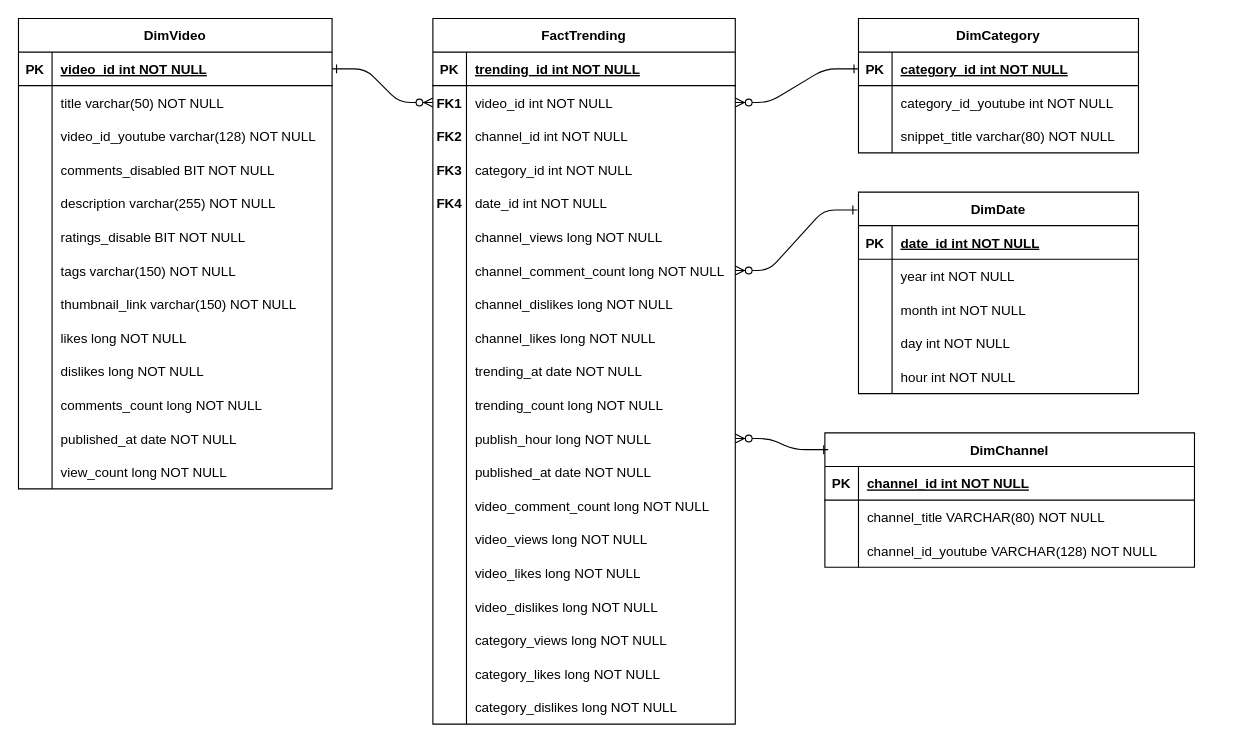
Before: datawarehouse_tg1_si.drawio in TheBestPT/tg1_si, a draw.io diagram. Source tidied: cells renumbered, new cells numbered last; positions are measured from the earlier drawing's top-left corner, leaving out a move shared by most shapes. Both pictures are drawn from the tidied source at 112%, with x=0, y=0 at pixel (18, 18).
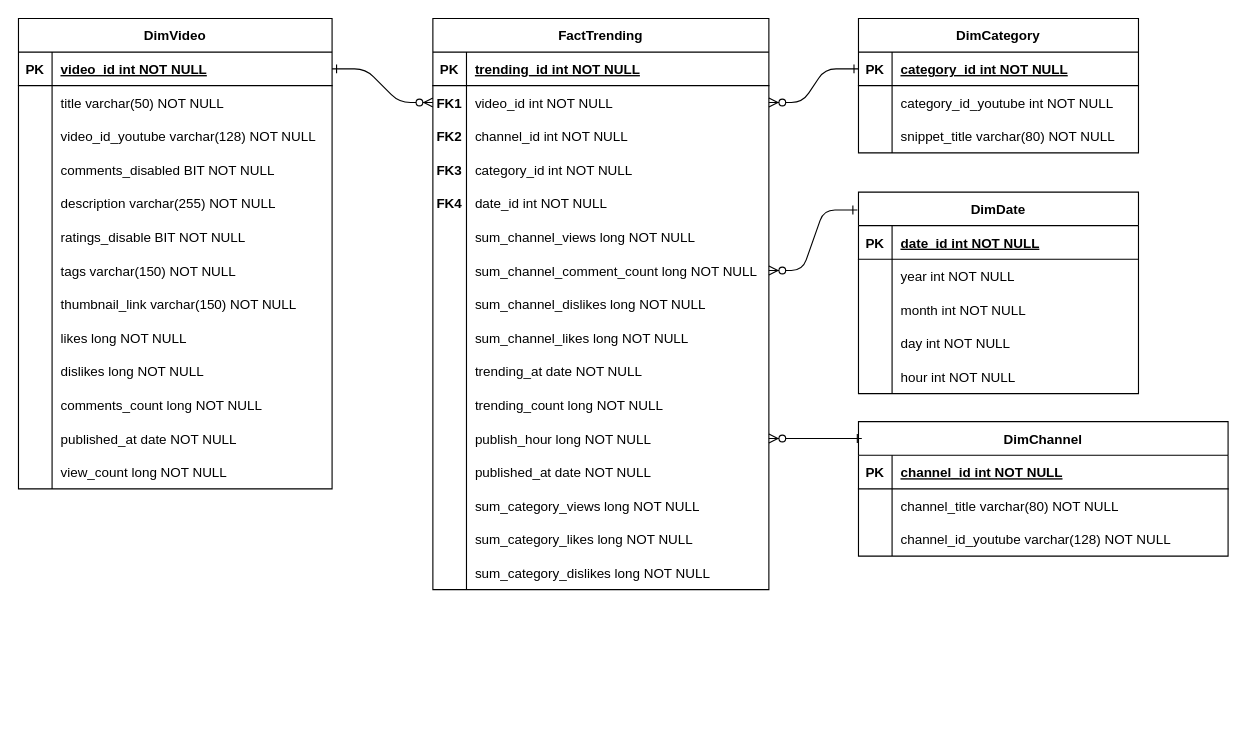
The same diagram, later.

Unchanged cells that the change refers to:
```xml
<mxCell id="119" style="shape=partialRectangle;fillColor=none;top=0;left=0;right=0;bottom=0;" parent="115" vertex="1">
  <mxGeometry y="60" width="330" height="30" as="geometry" />
</mxCell>
<mxCell id="122" style="shape=partialRectangle;fillColor=none;top=0;left=0;right=0;bottom=0;" parent="115" vertex="1">
  <mxGeometry y="90" width="330" height="30" as="geometry" />
</mxCell>
```

Change to the diagram source:
```diff
@@
     <mxCell id="4" value="FactTrending" style="shape=table;startSize=30;childLayout=tableLayout;rowLines=0;fontStyle=1;align=center;" parent="1" vertex="1">
-      <mxGeometry x="370" width="270" height="630" as="geometry" />
+      <mxGeometry x="370" width="300" height="510" as="geometry" />
     </mxCell>
     <mxCell id="5" style="shape=partialRectangle;fillColor=none;top=0;left=0;right=0;bottom=1;" parent="4" vertex="1">
-      <mxGeometry y="30" width="270" height="30" as="geometry" />
+      <mxGeometry y="30" width="300" height="30" as="geometry" />
     </mxCell>
@@
     <mxCell id="7" value="trending_id int NOT NULL " style="shape=partialRectangle;overflow=hidden;fillColor=none;top=0;left=0;bottom=0;right=0;align=left;spacingLeft=6;fontStyle=5;" parent="5" vertex="1">
-      <mxGeometry x="30" width="240" height="30" as="geometry" />
+      <mxGeometry x="30" width="270" height="30" as="geometry" />
     </mxCell>
     <mxCell id="8" style="shape=partialRectangle;fillColor=none;points=[[0,0.5],[1,0.5]];portConstraint=eastwest;top=0;left=0;right=0;bottom=0;" parent="4" vertex="1">
-      <mxGeometry y="60" width="270" height="30" as="geometry" />
+      <mxGeometry y="60" width="300" height="30" as="geometry" />
     </mxCell>
@@
     <mxCell id="10" value="video_id int NOT NULL" style="shape=partialRectangle;overflow=hidden;fillColor=none;top=0;left=0;bottom=0;right=0;align=left;spacingLeft=6;" parent="8" vertex="1">
-      <mxGeometry x="30" width="240" height="30" as="geometry" />
+      <mxGeometry x="30" width="270" height="30" as="geometry" />
     </mxCell>
     <mxCell id="11" style="shape=partialRectangle;fillColor=none;top=0;left=0;right=0;bottom=0;" parent="4" vertex="1">
-      <mxGeometry y="90" width="270" height="30" as="geometry" />
+      <mxGeometry y="90" width="300" height="30" as="geometry" />
     </mxCell>
@@
     <mxCell id="13" value="channel_id int NOT NULL" style="shape=partialRectangle;overflow=hidden;fillColor=none;top=0;left=0;bottom=0;right=0;align=left;spacingLeft=6;" parent="11" vertex="1">
-      <mxGeometry x="30" width="240" height="30" as="geometry" />
+      <mxGeometry x="30" width="270" height="30" as="geometry" />
     </mxCell>
     <mxCell id="14" style="shape=partialRectangle;fillColor=none;top=0;left=0;right=0;bottom=0;" parent="4" vertex="1">
-      <mxGeometry y="120" width="270" height="30" as="geometry" />
+      <mxGeometry y="120" width="300" height="30" as="geometry" />
     </mxCell>
@@
     <mxCell id="16" value="category_id int NOT NULL" style="shape=partialRectangle;overflow=hidden;fillColor=none;top=0;left=0;bottom=0;right=0;align=left;spacingLeft=6;" parent="14" vertex="1">
-      <mxGeometry x="30" width="240" height="30" as="geometry" />
+      <mxGeometry x="30" width="270" height="30" as="geometry" />
     </mxCell>
     <mxCell id="17" style="shape=partialRectangle;fillColor=none;top=0;left=0;right=0;bottom=0;" parent="4" vertex="1">
-      <mxGeometry y="150" width="270" height="30" as="geometry" />
+      <mxGeometry y="150" width="300" height="30" as="geometry" />
     </mxCell>
@@
     <mxCell id="19" value="date_id int NOT NULL" style="shape=partialRectangle;overflow=hidden;fillColor=none;top=0;left=0;bottom=0;right=0;align=left;spacingLeft=6;" parent="17" vertex="1">
-      <mxGeometry x="30" width="240" height="30" as="geometry" />
+      <mxGeometry x="30" width="270" height="30" as="geometry" />
     </mxCell>
     <mxCell id="20" style="shape=partialRectangle;fillColor=none;top=0;left=0;right=0;bottom=0;" parent="4" vertex="1">
-      <mxGeometry y="180" width="270" height="30" as="geometry" />
+      <mxGeometry y="180" width="300" height="30" as="geometry" />
     </mxCell>
@@
-    <mxCell id="22" value="channel_views long NOT NULL" style="shape=partialRectangle;overflow=hidden;fillColor=none;top=0;left=0;bottom=0;right=0;align=left;spacingLeft=6;" parent="20" vertex="1">
-      <mxGeometry x="30" width="240" height="30" as="geometry" />
+    <mxCell id="22" value="sum_channel_views long NOT NULL" style="shape=partialRectangle;overflow=hidden;fillColor=none;top=0;left=0;bottom=0;right=0;align=left;spacingLeft=6;" parent="20" vertex="1">
+      <mxGeometry x="30" width="270" height="30" as="geometry" />
     </mxCell>
     <mxCell id="23" style="shape=partialRectangle;fillColor=none;points=[[0,0.5],[1,0.5]];portConstraint=eastwest;top=0;left=0;right=0;bottom=0;" parent="4" vertex="1">
-      <mxGeometry y="210" width="270" height="30" as="geometry" />
+      <mxGeometry y="210" width="300" height="30" as="geometry" />
     </mxCell>
@@
-    <mxCell id="25" value="channel_comment_count long NOT NULL" style="shape=partialRectangle;overflow=hidden;fillColor=none;top=0;left=0;bottom=0;right=0;align=left;spacingLeft=6;" parent="23" vertex="1">
-      <mxGeometry x="30" width="240" height="30" as="geometry" />
+    <mxCell id="25" value="sum_channel_comment_count long NOT NULL" style="shape=partialRectangle;overflow=hidden;fillColor=none;top=0;left=0;bottom=0;right=0;align=left;spacingLeft=6;" parent="23" vertex="1">
+      <mxGeometry x="30" width="270" height="30" as="geometry" />
     </mxCell>
     <mxCell id="26" style="shape=partialRectangle;fillColor=none;top=0;left=0;right=0;bottom=0;" parent="4" vertex="1">
-      <mxGeometry y="240" width="270" height="30" as="geometry" />
+      <mxGeometry y="240" width="300" height="30" as="geometry" />
     </mxCell>
@@
-    <mxCell id="28" value="channel_dislikes long NOT NULL" style="shape=partialRectangle;overflow=hidden;fillColor=none;top=0;left=0;bottom=0;right=0;align=left;spacingLeft=6;" parent="26" vertex="1">
-      <mxGeometry x="30" width="240" height="30" as="geometry" />
+    <mxCell id="28" value="sum_channel_dislikes long NOT NULL" style="shape=partialRectangle;overflow=hidden;fillColor=none;top=0;left=0;bottom=0;right=0;align=left;spacingLeft=6;" parent="26" vertex="1">
+      <mxGeometry x="30" width="270" height="30" as="geometry" />
     </mxCell>
     <mxCell id="29" style="shape=partialRectangle;fillColor=none;top=0;left=0;right=0;bottom=0;" parent="4" vertex="1">
-      <mxGeometry y="270" width="270" height="30" as="geometry" />
+      <mxGeometry y="270" width="300" height="30" as="geometry" />
     </mxCell>
@@
     <mxCell id="31" style="shape=partialRectangle;overflow=hidden;fillColor=none;top=0;left=0;bottom=0;right=0;align=left;spacingLeft=6;" parent="29" vertex="1">
-      <mxGeometry x="30" width="240" height="30" as="geometry" />
+      <mxGeometry x="30" width="270" height="30" as="geometry" />
     </mxCell>
     <mxCell id="32" style="shape=partialRectangle;fillColor=none;top=0;left=0;right=0;bottom=0;" parent="4" vertex="1">
-      <mxGeometry y="300" width="270" height="30" as="geometry" />
+      <mxGeometry y="300" width="300" height="30" as="geometry" />
     </mxCell>
@@
     <mxCell id="34" value="trending_at date NOT NULL" style="shape=partialRectangle;overflow=hidden;fillColor=none;top=0;left=0;bottom=0;right=0;align=left;spacingLeft=6;" parent="32" vertex="1">
-      <mxGeometry x="30" width="240" height="30" as="geometry" />
+      <mxGeometry x="30" width="270" height="30" as="geometry" />
     </mxCell>
     <mxCell id="35" style="shape=partialRectangle;fillColor=none;top=0;left=0;right=0;bottom=0;" parent="4" vertex="1">
-      <mxGeometry y="330" width="270" height="30" as="geometry" />
+      <mxGeometry y="330" width="300" height="30" as="geometry" />
     </mxCell>
@@
     <mxCell id="37" value="trending_count long NOT NULL" style="shape=partialRectangle;overflow=hidden;fillColor=none;top=0;left=0;bottom=0;right=0;align=left;spacingLeft=6;" parent="35" vertex="1">
-      <mxGeometry x="30" width="240" height="30" as="geometry" />
+      <mxGeometry x="30" width="270" height="30" as="geometry" />
     </mxCell>
     <mxCell id="38" style="shape=partialRectangle;fillColor=none;points=[[0,0.5],[1,0.5]];portConstraint=eastwest;top=0;left=0;right=0;bottom=0;" parent="4" vertex="1">
-      <mxGeometry y="360" width="270" height="30" as="geometry" />
+      <mxGeometry y="360" width="300" height="30" as="geometry" />
     </mxCell>
@@
     <mxCell id="40" value="publish_hour long NOT NULL" style="shape=partialRectangle;overflow=hidden;fillColor=none;top=0;left=0;bottom=0;right=0;align=left;spacingLeft=6;" parent="38" vertex="1">
-      <mxGeometry x="30" width="240" height="30" as="geometry" />
+      <mxGeometry x="30" width="270" height="30" as="geometry" />
     </mxCell>
     <mxCell id="41" style="shape=partialRectangle;fillColor=none;top=0;left=0;right=0;bottom=0;" parent="4" vertex="1">
-      <mxGeometry y="390" width="270" height="30" as="geometry" />
+      <mxGeometry y="390" width="300" height="30" as="geometry" />
     </mxCell>
@@
     <mxCell id="43" value="published_at date NOT NULL" style="shape=partialRectangle;overflow=hidden;fillColor=none;top=0;left=0;bottom=0;right=0;align=left;spacingLeft=6;" parent="41" vertex="1">
-      <mxGeometry x="30" width="240" height="30" as="geometry" />
+      <mxGeometry x="30" width="270" height="30" as="geometry" />
     </mxCell>
     <mxCell id="44" style="shape=partialRectangle;fillColor=none;top=0;left=0;right=0;bottom=0;" parent="4" vertex="1">
-      <mxGeometry y="420" width="270" height="30" as="geometry" />
+      <mxGeometry y="420" width="300" height="30" as="geometry" />
     </mxCell>
@@
-    <mxCell id="46" value="video_comment_count long NOT NULL" style="shape=partialRectangle;overflow=hidden;fillColor=none;top=0;left=0;bottom=0;right=0;align=left;spacingLeft=6;" parent="44" vertex="1">
-      <mxGeometry x="30" width="240" height="30" as="geometry" />
+    <mxCell id="46" value="sum_category_views long NOT NULL" style="shape=partialRectangle;overflow=hidden;fillColor=none;top=0;left=0;bottom=0;right=0;align=left;spacingLeft=6;" parent="44" vertex="1">
+      <mxGeometry x="30" width="270" height="30" as="geometry" />
     </mxCell>
     <mxCell id="47" style="shape=partialRectangle;fillColor=none;top=0;left=0;right=0;bottom=0;" parent="4" vertex="1">
-      <mxGeometry y="450" width="270" height="30" as="geometry" />
+      <mxGeometry y="450" width="300" height="30" as="geometry" />
     </mxCell>
@@
-    <mxCell id="49" value="video_views long NOT NULL" style="shape=partialRectangle;overflow=hidden;fillColor=none;top=0;left=0;bottom=0;right=0;align=left;spacingLeft=6;" parent="47" vertex="1">
-      <mxGeometry x="30" width="240" height="30" as="geometry" />
+    <mxCell id="49" value="sum_category_likes long NOT NULL" style="shape=partialRectangle;overflow=hidden;fillColor=none;top=0;left=0;bottom=0;right=0;align=left;spacingLeft=6;" parent="47" vertex="1">
+      <mxGeometry x="30" width="270" height="30" as="geometry" />
     </mxCell>
     <mxCell id="50" style="shape=partialRectangle;fillColor=none;top=0;left=0;right=0;bottom=0;" parent="4" vertex="1">
-      <mxGeometry y="480" width="270" height="30" as="geometry" />
+      <mxGeometry y="480" width="300" height="30" as="geometry" />
     </mxCell>
@@
-    <mxCell id="52" value="video_likes long NOT NULL" style="shape=partialRectangle;overflow=hidden;fillColor=none;top=0;left=0;bottom=0;right=0;align=left;spacingLeft=6;" parent="50" vertex="1">
-      <mxGeometry x="30" width="240" height="30" as="geometry" />
+    <mxCell id="52" value="sum_category_dislikes long NOT NULL" style="shape=partialRectangle;overflow=hidden;fillColor=none;top=0;left=0;bottom=0;right=0;align=left;spacingLeft=6;" parent="50" vertex="1">
+      <mxGeometry x="30" width="270" height="30" as="geometry" />
     </mxCell>
-    <mxCell id="53" style="shape=partialRectangle;fillColor=none;top=0;left=0;right=0;bottom=0;" parent="4" vertex="1">
-      <mxGeometry y="510" width="270" height="30" as="geometry" />
-    </mxCell>
-    <mxCell id="54" style="shape=partialRectangle;overflow=hidden;fillColor=none;top=0;left=0;bottom=0;right=0;" parent="53" vertex="1">
-      <mxGeometry width="30" height="30" as="geometry" />
-    </mxCell>
-    <mxCell id="55" value="video_dislikes long NOT NULL" style="shape=partialRectangle;overflow=hidden;fillColor=none;top=0;left=0;bottom=0;right=0;align=left;spacingLeft=6;" parent="53" vertex="1">
-      <mxGeometry x="30" width="240" height="30" as="geometry" />
-    </mxCell>
-    <mxCell id="56" style="shape=partialRectangle;fillColor=none;top=0;left=0;right=0;bottom=0;" parent="4" vertex="1">
-      <mxGeometry y="540" width="270" height="30" as="geometry" />
-    </mxCell>
-    <mxCell id="57" style="shape=partialRectangle;overflow=hidden;fillColor=none;top=0;left=0;bottom=0;right=0;" parent="56" vertex="1">
-      <mxGeometry width="30" height="30" as="geometry" />
-    </mxCell>
-    <mxCell id="58" value="category_views long NOT NULL" style="shape=partialRectangle;overflow=hidden;fillColor=none;top=0;left=0;bottom=0;right=0;align=left;spacingLeft=6;" parent="56" vertex="1">
-      <mxGeometry x="30" width="240" height="30" as="geometry" />
-    </mxCell>
-    <mxCell id="59" style="shape=partialRectangle;fillColor=none;top=0;left=0;right=0;bottom=0;" parent="4" vertex="1">
-      <mxGeometry y="570" width="270" height="30" as="geometry" />
-    </mxCell>
-    <mxCell id="60" style="shape=partialRectangle;overflow=hidden;fillColor=none;top=0;left=0;bottom=0;right=0;" parent="59" vertex="1">
-      <mxGeometry width="30" height="30" as="geometry" />
-    </mxCell>
-    <mxCell id="61" value="category_likes long NOT NULL" style="shape=partialRectangle;overflow=hidden;fillColor=none;top=0;left=0;bottom=0;right=0;align=left;spacingLeft=6;" parent="59" vertex="1">
-      <mxGeometry x="30" width="240" height="30" as="geometry" />
-    </mxCell>
-    <mxCell id="62" style="shape=partialRectangle;fillColor=none;top=0;left=0;right=0;bottom=0;" parent="4" vertex="1">
-      <mxGeometry y="600" width="270" height="30" as="geometry" />
-    </mxCell>
-    <mxCell id="63" style="shape=partialRectangle;overflow=hidden;fillColor=none;top=0;left=0;bottom=0;right=0;" parent="62" vertex="1">
-      <mxGeometry width="30" height="30" as="geometry" />
-    </mxCell>
-    <mxCell id="64" value="category_dislikes long NOT NULL" style="shape=partialRectangle;overflow=hidden;fillColor=none;top=0;left=0;bottom=0;right=0;align=left;spacingLeft=6;" parent="62" vertex="1">
-      <mxGeometry x="30" width="240" height="30" as="geometry" />
-    </mxCell>
@@
     <mxCell id="115" value="DimChannel" style="shape=table;startSize=30;childLayout=tableLayout;rowLines=0;fontStyle=1;align=center;" parent="1" vertex="1">
-      <mxGeometry x="720" y="370" width="330" height="120" as="geometry" />
+      <mxGeometry x="750" y="360" width="330" height="120" as="geometry" />
     </mxCell>
@@
-    <mxCell id="121" value="channel_title VARCHAR(80) NOT NULL" style="shape=partialRectangle;overflow=hidden;fillColor=none;top=0;left=0;bottom=0;right=0;align=left;spacingLeft=6;" parent="119" vertex="1">
+    <mxCell id="121" value="channel_title varchar(80) NOT NULL" style="shape=partialRectangle;overflow=hidden;fillColor=none;top=0;left=0;bottom=0;right=0;align=left;spacingLeft=6;" parent="119" vertex="1">
       <mxGeometry x="30" width="300" height="30" as="geometry" />
     </mxCell>
@@
-    <mxCell id="124" value="channel_id_youtube VARCHAR(128) NOT NULL" style="shape=partialRectangle;overflow=hidden;fillColor=none;top=0;left=0;bottom=0;right=0;align=left;spacingLeft=6;" parent="122" vertex="1">
+    <mxCell id="124" value="channel_id_youtube varchar(128) NOT NULL" style="shape=partialRectangle;overflow=hidden;fillColor=none;top=0;left=0;bottom=0;right=0;align=left;spacingLeft=6;" parent="122" vertex="1">
       <mxGeometry x="30" width="300" height="30" as="geometry" />
     </mxCell>
@@
-    <mxCell id="141" value="channel_likes long NOT NULL" style="shape=partialRectangle;overflow=hidden;fillColor=none;top=0;left=0;bottom=0;right=0;align=left;spacingLeft=6;" parent="1" vertex="1">
+    <mxCell id="141" value="sum_channel_likes long NOT NULL" style="shape=partialRectangle;overflow=hidden;fillColor=none;top=0;left=0;bottom=0;right=0;align=left;spacingLeft=6;" parent="1" vertex="1">
       <mxGeometry x="400" y="270" width="240" height="30" as="geometry" />
     </mxCell>
```
